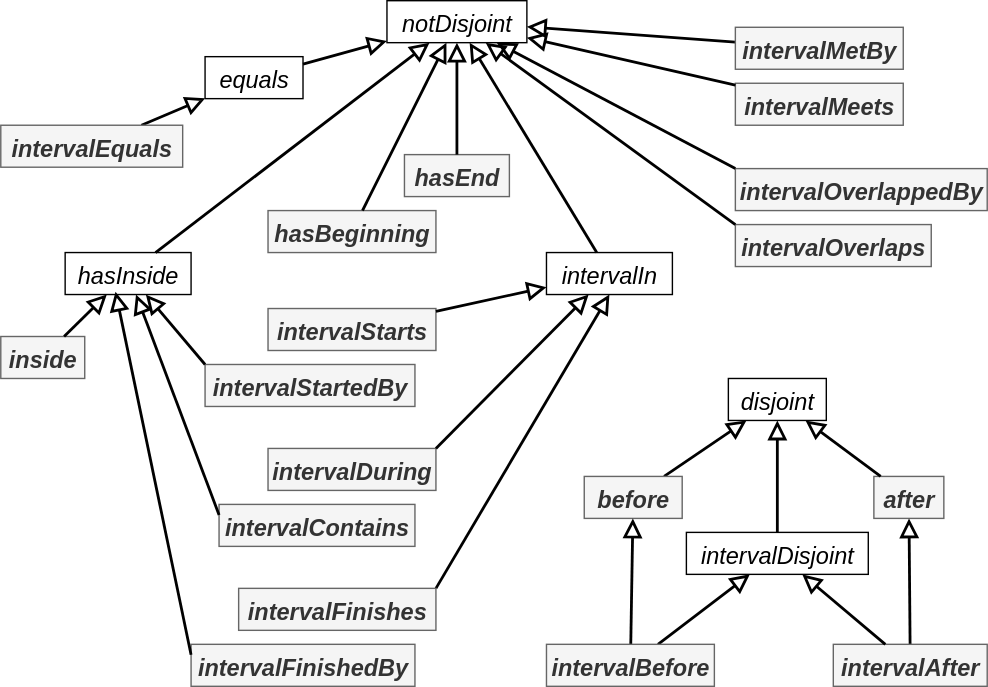
This is images/topology-properties.svg from w3c/sdw-time, a draw.io export, as it was before one commit. Source tidied: cells renumbered, new cells last; positions are measured from the earlier drawing's top-left corner, leaving out a move shared by most shapes.
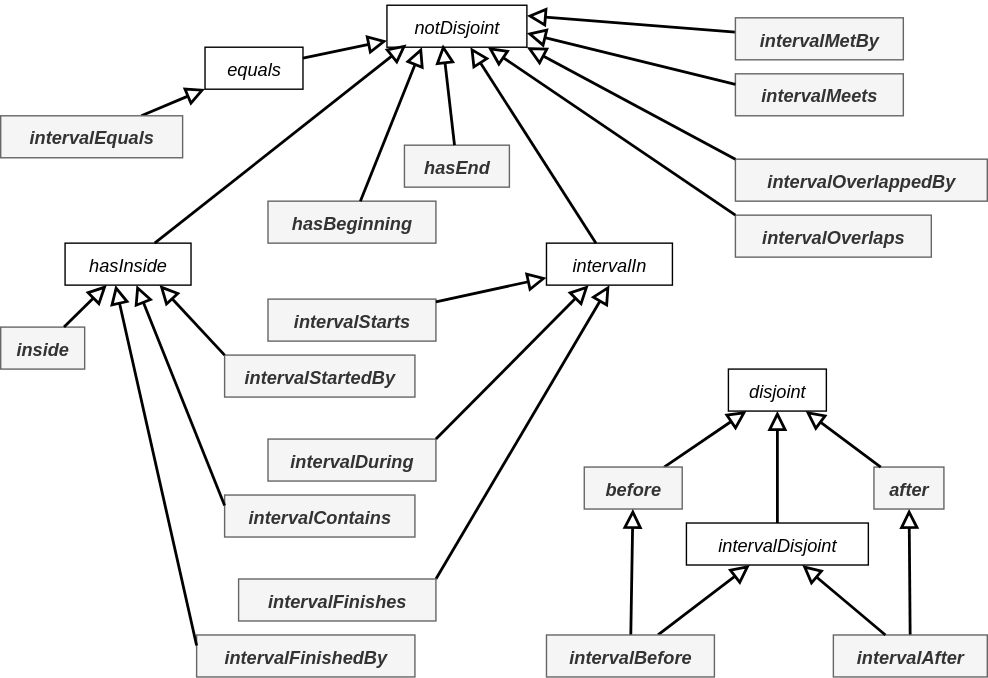
Later version of the same file.

Diff of the diagram source:
```diff
@@ -4,6 +4,6 @@
     <mxCell id="1" parent="0" />
-    <mxCell id="2" value="notDisjoint" style="html=1;overflow=block;blockSpacing=1;whiteSpace=wrap;fontSize=16.8;fontColor=default;align=center;spacing=0;strokeOpacity=100;fillColor=none;strokeWidth=1;strokeColor=default;convertToSvg=1;fontStyle=2;" parent="1" vertex="1">
-      <mxGeometry x="276" width="100" height="30" as="geometry" />
+    <mxCell id="2" value="notDisjoint" style="html=1;overflow=block;blockSpacing=1;whiteSpace=wrap;fontSize=13;fontColor=default;align=center;spacing=0;strokeOpacity=100;fillColor=none;strokeWidth=1;strokeColor=default;convertToSvg=1;fontStyle=2;" parent="1" vertex="1">
+      <mxGeometry x="276" y="10" width="100" height="30" as="geometry" />
     </mxCell>
-    <mxCell id="3" value="disjoint" style="html=1;overflow=block;blockSpacing=1;whiteSpace=wrap;fontSize=16.8;fontColor=default;align=center;spacing=0;strokeOpacity=100;fillColor=none;strokeWidth=1;strokeColor=default;convertToSvg=1;fontStyle=2;" parent="1" vertex="1">
+    <mxCell id="3" value="disjoint" style="html=1;overflow=block;blockSpacing=1;whiteSpace=wrap;fontSize=13;fontColor=default;align=center;spacing=0;strokeOpacity=100;fillColor=none;strokeWidth=1;strokeColor=default;convertToSvg=1;fontStyle=2;" parent="1" vertex="1">
       <mxGeometry x="520" y="270" width="70" height="30" as="geometry" />
@@ -13,3 +13,3 @@
     </mxCell>
-    <mxCell id="5" value="before" style="html=1;overflow=block;blockSpacing=1;whiteSpace=wrap;fontSize=16.8;fontColor=#333333;align=center;spacing=0;strokeOpacity=100;fillColor=#f5f5f5;strokeWidth=1;strokeColor=#666666;convertToSvg=1;fontStyle=3;" parent="1" vertex="1">
+    <mxCell id="5" value="before" style="html=1;overflow=block;blockSpacing=1;whiteSpace=wrap;fontSize=13;fontColor=#333333;align=center;spacing=0;strokeOpacity=100;fillColor=#f5f5f5;strokeWidth=1;strokeColor=#666666;convertToSvg=1;fontStyle=3;" parent="1" vertex="1">
       <mxGeometry x="417" y="340" width="70" height="30" as="geometry" />
@@ -19,3 +19,3 @@
     </mxCell>
-    <mxCell id="7" value="after" style="html=1;overflow=block;blockSpacing=1;whiteSpace=wrap;fontSize=16.8;fontColor=#333333;align=center;spacing=0;strokeOpacity=100;fillColor=#f5f5f5;strokeWidth=1;strokeColor=#666666;convertToSvg=1;fontStyle=3;" parent="1" vertex="1">
+    <mxCell id="7" value="after" style="html=1;overflow=block;blockSpacing=1;whiteSpace=wrap;fontSize=13;fontColor=#333333;align=center;spacing=0;strokeOpacity=100;fillColor=#f5f5f5;strokeWidth=1;strokeColor=#666666;convertToSvg=1;fontStyle=3;" parent="1" vertex="1">
       <mxGeometry x="624" y="340" width="50" height="30" as="geometry" />
@@ -25,3 +25,3 @@
     </mxCell>
-    <mxCell id="9" value="intervalDisjoint" style="html=1;overflow=block;blockSpacing=1;whiteSpace=wrap;fontSize=16.8;fontColor=default;align=center;spacing=0;strokeOpacity=100;fillColor=none;strokeWidth=1;strokeColor=default;convertToSvg=1;fontStyle=2;" parent="1" vertex="1">
+    <mxCell id="9" value="intervalDisjoint" style="html=1;overflow=block;blockSpacing=1;whiteSpace=wrap;fontSize=13;fontColor=default;align=center;spacing=0;strokeOpacity=100;fillColor=none;strokeWidth=1;strokeColor=default;convertToSvg=1;fontStyle=2;" parent="1" vertex="1">
       <mxGeometry x="490" y="380" width="130" height="30" as="geometry" />
@@ -37,6 +37,6 @@
     </mxCell>
-    <mxCell id="13" value="intervalBefore" style="html=1;overflow=block;blockSpacing=1;whiteSpace=wrap;fontSize=16.8;fontColor=#333333;align=center;spacing=0;strokeOpacity=100;fillColor=#f5f5f5;strokeWidth=1;strokeColor=#666666;convertToSvg=1;fontStyle=3;" parent="1" vertex="1">
+    <mxCell id="13" value="intervalBefore" style="html=1;overflow=block;blockSpacing=1;whiteSpace=wrap;fontSize=13;fontColor=#333333;align=center;spacing=0;strokeOpacity=100;fillColor=#f5f5f5;strokeWidth=1;strokeColor=#666666;convertToSvg=1;fontStyle=3;" parent="1" vertex="1">
       <mxGeometry x="390" y="460" width="120" height="30" as="geometry" />
     </mxCell>
-    <mxCell id="14" value="intervalAfter" style="html=1;overflow=block;blockSpacing=1;whiteSpace=wrap;fontSize=16.8;fontColor=#333333;align=center;spacing=0;strokeOpacity=100;fillColor=#f5f5f5;strokeWidth=1;strokeColor=#666666;convertToSvg=1;fontStyle=3;" parent="1" vertex="1">
+    <mxCell id="14" value="intervalAfter" style="html=1;overflow=block;blockSpacing=1;whiteSpace=wrap;fontSize=13;fontColor=#333333;align=center;spacing=0;strokeOpacity=100;fillColor=#f5f5f5;strokeWidth=1;strokeColor=#666666;convertToSvg=1;fontStyle=3;" parent="1" vertex="1">
       <mxGeometry x="595" y="460" width="110" height="30" as="geometry" />
@@ -49,3 +49,3 @@
     </mxCell>
-    <mxCell id="17" value="equals" style="html=1;overflow=block;blockSpacing=1;whiteSpace=wrap;fontSize=16.8;fontColor=default;align=center;spacing=0;strokeOpacity=100;fillColor=none;strokeWidth=1;strokeColor=default;convertToSvg=1;fontStyle=2;" parent="1" vertex="1">
+    <mxCell id="17" value="equals" style="html=1;overflow=block;blockSpacing=1;whiteSpace=wrap;fontSize=13;fontColor=default;align=center;spacing=0;strokeOpacity=100;fillColor=none;strokeWidth=1;strokeColor=default;convertToSvg=1;fontStyle=2;" parent="1" vertex="1">
       <mxGeometry x="146" y="40" width="70" height="30" as="geometry" />
@@ -55,9 +55,9 @@
     </mxCell>
-    <mxCell id="19" value="hasInside" style="html=1;overflow=block;blockSpacing=1;whiteSpace=wrap;fontSize=16.8;fontColor=default;align=center;spacing=0;strokeOpacity=100;fillColor=none;strokeWidth=1;strokeColor=default;convertToSvg=1;fontStyle=2;" parent="1" vertex="1">
+    <mxCell id="19" value="hasInside" style="html=1;overflow=block;blockSpacing=1;whiteSpace=wrap;fontSize=13;fontColor=default;align=center;spacing=0;strokeOpacity=100;fillColor=none;strokeWidth=1;strokeColor=default;convertToSvg=1;fontStyle=2;" parent="1" vertex="1">
       <mxGeometry x="46" y="180" width="90" height="30" as="geometry" />
     </mxCell>
-    <mxCell id="20" style="html=1;jettySize=18;whiteSpace=wrap;fontSize=13;strokeColor=default;strokeOpacity=100;fixDash=1;strokeWidth=2;rounded=0;startArrow=none;endArrow=block;lucidId=XvNQ3zJcAKRb;endFill=0;endSize=9;fontColor=default;convertToSvg=1;fontStyle=2;" parent="1" edge="1" source="28" target="2">
+    <mxCell id="20" style="html=1;jettySize=18;whiteSpace=wrap;fontSize=13;strokeColor=default;strokeOpacity=100;fixDash=1;strokeWidth=2;rounded=0;startArrow=none;endArrow=block;lucidId=XvNQ3zJcAKRb;endFill=0;endSize=9;fontColor=default;convertToSvg=1;fontStyle=2;entryX=1;entryY=0.25;entryDx=0;entryDy=0;" parent="1" edge="1" source="28" target="2">
       <mxGeometry relative="1" as="geometry" />
     </mxCell>
-    <mxCell id="21" value="intervalIn" style="html=1;overflow=block;blockSpacing=1;whiteSpace=wrap;fontSize=16.8;fontColor=default;align=center;spacing=0;strokeOpacity=100;fillColor=none;strokeWidth=1;strokeColor=default;convertToSvg=1;fontStyle=2;" parent="1" vertex="1">
+    <mxCell id="21" value="intervalIn" style="html=1;overflow=block;blockSpacing=1;whiteSpace=wrap;fontSize=13;fontColor=default;align=center;spacing=0;strokeOpacity=100;fillColor=none;strokeWidth=1;strokeColor=default;convertToSvg=1;fontStyle=2;" parent="1" vertex="1">
       <mxGeometry x="390" y="180" width="90" height="30" as="geometry" />
@@ -67,3 +67,3 @@
     </mxCell>
-    <mxCell id="23" style="html=1;jettySize=18;whiteSpace=wrap;fontSize=13;strokeColor=default;strokeOpacity=100;fixDash=1;strokeWidth=2;rounded=0;startArrow=none;endArrow=block;lucidId=XvNQ3zJcAKRb;endFill=0;endSize=9;fontColor=default;convertToSvg=1;fontStyle=2;" parent="1" edge="1" source="19" target="2">
+    <mxCell id="23" style="html=1;jettySize=18;whiteSpace=wrap;fontSize=13;strokeColor=default;strokeOpacity=100;fixDash=1;strokeWidth=2;rounded=0;startArrow=none;endArrow=block;lucidId=XvNQ3zJcAKRb;endFill=0;endSize=9;fontColor=default;convertToSvg=1;fontStyle=2;entryX=0.14;entryY=0.933;entryDx=0;entryDy=0;entryPerimeter=0;" parent="1" edge="1" source="19" target="2">
       <mxGeometry relative="1" as="geometry" />
@@ -73,3 +73,3 @@
     </mxCell>
-    <mxCell id="25" value="intervalStarts" style="html=1;overflow=block;blockSpacing=1;whiteSpace=wrap;fontSize=16.8;fontColor=#333333;align=center;spacing=0;strokeOpacity=100;fillColor=#f5f5f5;strokeWidth=1;strokeColor=#666666;convertToSvg=1;fontStyle=3;" parent="1" vertex="1">
+    <mxCell id="25" value="intervalStarts" style="html=1;overflow=block;blockSpacing=1;whiteSpace=wrap;fontSize=13;fontColor=#333333;align=center;spacing=0;strokeOpacity=100;fillColor=#f5f5f5;strokeWidth=1;strokeColor=#666666;convertToSvg=1;fontStyle=3;" parent="1" vertex="1">
       <mxGeometry x="191" y="220" width="120" height="30" as="geometry" />
@@ -79,15 +79,15 @@
     </mxCell>
-    <mxCell id="27" value="intervalMeets" style="html=1;overflow=block;blockSpacing=1;whiteSpace=wrap;fontSize=16.8;fontColor=#333333;align=center;spacing=0;strokeOpacity=100;fillColor=#f5f5f5;strokeWidth=1;strokeColor=#666666;convertToSvg=1;fontStyle=3;" parent="1" vertex="1">
+    <mxCell id="27" value="intervalMeets" style="html=1;overflow=block;blockSpacing=1;whiteSpace=wrap;fontSize=13;fontColor=#333333;align=center;spacing=0;strokeOpacity=100;fillColor=#f5f5f5;strokeWidth=1;strokeColor=#666666;convertToSvg=1;fontStyle=3;" parent="1" vertex="1">
       <mxGeometry x="525" y="59" width="120" height="30" as="geometry" />
     </mxCell>
-    <mxCell id="28" value="intervalMetBy" style="html=1;overflow=block;blockSpacing=1;whiteSpace=wrap;fontSize=16.8;fontColor=#333333;align=center;spacing=0;strokeOpacity=100;fillColor=#f5f5f5;strokeWidth=1;strokeColor=#666666;convertToSvg=1;fontStyle=3;" parent="1" vertex="1">
+    <mxCell id="28" value="intervalMetBy" style="html=1;overflow=block;blockSpacing=1;whiteSpace=wrap;fontSize=13;fontColor=#333333;align=center;spacing=0;strokeOpacity=100;fillColor=#f5f5f5;strokeWidth=1;strokeColor=#666666;convertToSvg=1;fontStyle=3;" parent="1" vertex="1">
       <mxGeometry x="525" y="19" width="120" height="30" as="geometry" />
     </mxCell>
-    <mxCell id="29" value="intervalOverlaps" style="html=1;overflow=block;blockSpacing=1;whiteSpace=wrap;fontSize=16.8;fontColor=#333333;align=center;spacing=0;strokeOpacity=100;fillColor=#f5f5f5;strokeWidth=1;strokeColor=#666666;convertToSvg=1;fontStyle=3;" parent="1" vertex="1">
+    <mxCell id="29" value="intervalOverlaps" style="html=1;overflow=block;blockSpacing=1;whiteSpace=wrap;fontSize=13;fontColor=#333333;align=center;spacing=0;strokeOpacity=100;fillColor=#f5f5f5;strokeWidth=1;strokeColor=#666666;convertToSvg=1;fontStyle=3;" parent="1" vertex="1">
       <mxGeometry x="525" y="160" width="140" height="30" as="geometry" />
     </mxCell>
-    <mxCell id="30" value="intervalOverlappedBy" style="html=1;overflow=block;blockSpacing=1;whiteSpace=wrap;fontSize=16.8;fontColor=#333333;align=center;spacing=0;strokeOpacity=100;fillColor=#f5f5f5;strokeWidth=1;strokeColor=#666666;convertToSvg=1;fontStyle=3;" parent="1" vertex="1">
+    <mxCell id="30" value="intervalOverlappedBy" style="html=1;overflow=block;blockSpacing=1;whiteSpace=wrap;fontSize=13;fontColor=#333333;align=center;spacing=0;strokeOpacity=100;fillColor=#f5f5f5;strokeWidth=1;strokeColor=#666666;convertToSvg=1;fontStyle=3;" parent="1" vertex="1">
       <mxGeometry x="525" y="120" width="180" height="30" as="geometry" />
     </mxCell>
-    <mxCell id="31" value="intervalDuring" style="html=1;overflow=block;blockSpacing=1;whiteSpace=wrap;fontSize=16.8;fontColor=#333333;align=center;spacing=0;strokeOpacity=100;fillColor=#f5f5f5;strokeWidth=1;strokeColor=#666666;convertToSvg=1;fontStyle=3;" parent="1" vertex="1">
+    <mxCell id="31" value="intervalDuring" style="html=1;overflow=block;blockSpacing=1;whiteSpace=wrap;fontSize=13;fontColor=#333333;align=center;spacing=0;strokeOpacity=100;fillColor=#f5f5f5;strokeWidth=1;strokeColor=#666666;convertToSvg=1;fontStyle=3;" parent="1" vertex="1">
       <mxGeometry x="191" y="320" width="120" height="30" as="geometry" />
@@ -97,6 +97,8 @@
     </mxCell>
-    <mxCell id="33" style="html=1;jettySize=18;whiteSpace=wrap;fontSize=13;strokeColor=default;strokeOpacity=100;fixDash=1;strokeWidth=2;rounded=0;startArrow=none;endArrow=block;lucidId=XvNQ3zJcAKRb;endFill=0;endSize=9;fontColor=default;convertToSvg=1;fontStyle=2;" parent="1" edge="1" source="27" target="2">
-      <mxGeometry relative="1" as="geometry" />
+    <mxCell id="33" style="html=1;jettySize=18;whiteSpace=wrap;fontSize=13;strokeColor=default;strokeOpacity=100;fixDash=1;strokeWidth=2;rounded=0;startArrow=none;endArrow=block;lucidId=XvNQ3zJcAKRb;endFill=0;endSize=9;fontColor=default;convertToSvg=1;fontStyle=2;exitX=0;exitY=0.25;exitDx=0;exitDy=0;" parent="1" edge="1" source="27">
+      <mxGeometry relative="1" as="geometry">
+        <mxPoint x="376" y="30" as="targetPoint" />
+      </mxGeometry>
     </mxCell>
-    <mxCell id="34" style="html=1;jettySize=18;whiteSpace=wrap;fontSize=13;strokeColor=default;strokeOpacity=100;fixDash=1;strokeWidth=2;rounded=0;startArrow=none;endArrow=block;lucidId=XvNQ3zJcAKRb;endFill=0;endSize=9;fontColor=default;convertToSvg=1;exitX=0;exitY=0;exitDx=0;exitDy=0;fontStyle=2;" parent="1" edge="1" source="30" target="2">
+    <mxCell id="34" style="html=1;jettySize=18;whiteSpace=wrap;fontSize=13;strokeColor=default;strokeOpacity=100;fixDash=1;strokeWidth=2;rounded=0;startArrow=none;endArrow=block;lucidId=XvNQ3zJcAKRb;endFill=0;endSize=9;fontColor=default;convertToSvg=1;exitX=0;exitY=0;exitDx=0;exitDy=0;fontStyle=2;entryX=1;entryY=1;entryDx=0;entryDy=0;" parent="1" edge="1" source="30" target="2">
       <mxGeometry relative="1" as="geometry" />
@@ -106,18 +108,18 @@
     </mxCell>
-    <mxCell id="36" value="intervalEquals" style="html=1;overflow=block;blockSpacing=1;whiteSpace=wrap;fontSize=16.8;fontColor=#333333;align=center;spacing=0;strokeOpacity=100;fillColor=#f5f5f5;strokeWidth=1;strokeColor=#666666;convertToSvg=1;fontStyle=3;" parent="1" vertex="1">
+    <mxCell id="36" value="intervalEquals" style="html=1;overflow=block;blockSpacing=1;whiteSpace=wrap;fontSize=13;fontColor=#333333;align=center;spacing=0;strokeOpacity=100;fillColor=#f5f5f5;strokeWidth=1;strokeColor=#666666;convertToSvg=1;fontStyle=3;" parent="1" vertex="1">
       <mxGeometry y="89" width="130" height="30" as="geometry" />
     </mxCell>
-    <mxCell id="37" value="intervalFinishedBy" style="html=1;overflow=block;blockSpacing=1;whiteSpace=wrap;fontSize=16.8;fontColor=#333333;align=center;spacing=0;strokeOpacity=100;fillColor=#f5f5f5;strokeWidth=1;strokeColor=#666666;convertToSvg=1;fontStyle=3;" parent="1" vertex="1">
-      <mxGeometry x="136" y="460" width="160" height="30" as="geometry" />
+    <mxCell id="37" value="intervalFinishedBy" style="html=1;overflow=block;blockSpacing=1;whiteSpace=wrap;fontSize=13;fontColor=#333333;align=center;spacing=0;strokeOpacity=100;fillColor=#f5f5f5;strokeWidth=1;strokeColor=#666666;convertToSvg=1;fontStyle=3;" parent="1" vertex="1">
+      <mxGeometry x="140" y="460" width="156" height="30" as="geometry" />
     </mxCell>
-    <mxCell id="38" value="intervalStartedBy" style="html=1;overflow=block;blockSpacing=1;whiteSpace=wrap;fontSize=16.8;fontColor=#333333;align=center;spacing=0;strokeOpacity=100;fillColor=#f5f5f5;strokeWidth=1;strokeColor=#666666;convertToSvg=1;fontStyle=3;" parent="1" vertex="1">
-      <mxGeometry x="146" y="260" width="150" height="30" as="geometry" />
+    <mxCell id="38" value="intervalStartedBy" style="html=1;overflow=block;blockSpacing=1;whiteSpace=wrap;fontSize=13;fontColor=#333333;align=center;spacing=0;strokeOpacity=100;fillColor=#f5f5f5;strokeWidth=1;strokeColor=#666666;convertToSvg=1;fontStyle=3;" parent="1" vertex="1">
+      <mxGeometry x="160" y="260" width="136" height="30" as="geometry" />
     </mxCell>
-    <mxCell id="39" value="intervalContains" style="html=1;overflow=block;blockSpacing=1;whiteSpace=wrap;fontSize=16.8;fontColor=#333333;align=center;spacing=0;strokeOpacity=100;fillColor=#f5f5f5;strokeWidth=1;strokeColor=#666666;convertToSvg=1;fontStyle=3;" parent="1" vertex="1">
-      <mxGeometry x="156" y="360" width="140" height="30" as="geometry" />
+    <mxCell id="39" value="intervalContains" style="html=1;overflow=block;blockSpacing=1;whiteSpace=wrap;fontSize=13;fontColor=#333333;align=center;spacing=0;strokeOpacity=100;fillColor=#f5f5f5;strokeWidth=1;strokeColor=#666666;convertToSvg=1;fontStyle=3;" parent="1" vertex="1">
+      <mxGeometry x="160" y="360" width="136" height="30" as="geometry" />
     </mxCell>
-    <mxCell id="40" value="inside" style="html=1;overflow=block;blockSpacing=1;whiteSpace=wrap;fontSize=16.8;fontColor=#333333;align=center;spacing=0;strokeOpacity=100;fillColor=#f5f5f5;strokeWidth=1;strokeColor=#666666;convertToSvg=1;fontStyle=3;" parent="1" vertex="1">
+    <mxCell id="40" value="inside" style="html=1;overflow=block;blockSpacing=1;whiteSpace=wrap;fontSize=13;fontColor=#333333;align=center;spacing=0;strokeOpacity=100;fillColor=#f5f5f5;strokeWidth=1;strokeColor=#666666;convertToSvg=1;fontStyle=3;" parent="1" vertex="1">
       <mxGeometry y="240" width="60" height="30" as="geometry" />
     </mxCell>
-    <mxCell id="41" style="html=1;jettySize=18;whiteSpace=wrap;fontSize=13;strokeColor=default;strokeOpacity=100;fixDash=1;strokeWidth=2;rounded=0;startArrow=none;endArrow=block;lucidId=XvNQ3zJcAKRb;endFill=0;endSize=9;fontColor=default;convertToSvg=1;exitX=0;exitY=0;exitDx=0;exitDy=0;fontStyle=2;" parent="1" edge="1" source="38" target="19">
+    <mxCell id="41" style="html=1;jettySize=18;whiteSpace=wrap;fontSize=13;strokeColor=default;strokeOpacity=100;fixDash=1;strokeWidth=2;rounded=0;startArrow=none;endArrow=block;lucidId=XvNQ3zJcAKRb;endFill=0;endSize=9;fontColor=default;convertToSvg=1;exitX=0;exitY=0;exitDx=0;exitDy=0;fontStyle=2;entryX=0.75;entryY=1;entryDx=0;entryDy=0;" parent="1" edge="1" source="38" target="19">
       <mxGeometry relative="1" as="geometry" />
@@ -127,4 +129,6 @@
     </mxCell>
-    <mxCell id="43" style="html=1;jettySize=18;whiteSpace=wrap;fontSize=13;strokeColor=default;strokeOpacity=100;fixDash=1;strokeWidth=2;rounded=0;startArrow=none;endArrow=block;lucidId=XvNQ3zJcAKRb;endFill=0;endSize=9;fontColor=default;convertToSvg=1;exitX=0;exitY=0.25;exitDx=0;exitDy=0;fontStyle=2;entryX=0.4;entryY=0.933;entryDx=0;entryDy=0;entryPerimeter=0;" parent="1" edge="1" source="37" target="19">
-      <mxGeometry relative="1" as="geometry" />
+    <mxCell id="43" style="html=1;jettySize=18;whiteSpace=wrap;fontSize=13;strokeColor=default;strokeOpacity=100;fixDash=1;strokeWidth=2;rounded=0;startArrow=none;endArrow=block;lucidId=XvNQ3zJcAKRb;endFill=0;endSize=9;fontColor=default;convertToSvg=1;exitX=0;exitY=0.25;exitDx=0;exitDy=0;fontStyle=2;" parent="1" edge="1" source="37">
+      <mxGeometry relative="1" as="geometry">
+        <mxPoint x="82" y="210" as="targetPoint" />
+      </mxGeometry>
     </mxCell>
@@ -133,15 +137,15 @@
     </mxCell>
-    <mxCell id="45" value="hasEnd" style="html=1;overflow=block;blockSpacing=1;whiteSpace=wrap;fontSize=16.8;fontColor=#333333;align=center;spacing=0;strokeOpacity=100;fillColor=#f5f5f5;strokeWidth=1;strokeColor=#666666;convertToSvg=1;fontStyle=3;" parent="1" vertex="1">
+    <mxCell id="45" value="hasEnd" style="html=1;overflow=block;blockSpacing=1;whiteSpace=wrap;fontSize=13;fontColor=#333333;align=center;spacing=0;strokeOpacity=100;fillColor=#f5f5f5;strokeWidth=1;strokeColor=#666666;convertToSvg=1;fontStyle=3;" parent="1" vertex="1">
       <mxGeometry x="288.5" y="110" width="75" height="30" as="geometry" />
     </mxCell>
-    <mxCell id="46" value="hasBeginning" style="html=1;overflow=block;blockSpacing=1;whiteSpace=wrap;fontSize=16.8;fontColor=#333333;align=center;spacing=0;strokeOpacity=100;fillColor=#f5f5f5;strokeWidth=1;strokeColor=#666666;convertToSvg=1;fontStyle=3;" parent="1" vertex="1">
+    <mxCell id="46" value="hasBeginning" style="html=1;overflow=block;blockSpacing=1;whiteSpace=wrap;fontSize=13;fontColor=#333333;align=center;spacing=0;strokeOpacity=100;fillColor=#f5f5f5;strokeWidth=1;strokeColor=#666666;convertToSvg=1;fontStyle=3;" parent="1" vertex="1">
       <mxGeometry x="191" y="150" width="120" height="30" as="geometry" />
     </mxCell>
-    <mxCell id="47" style="html=1;jettySize=18;whiteSpace=wrap;fontSize=13;strokeColor=default;strokeOpacity=100;fixDash=1;strokeWidth=2;rounded=0;startArrow=none;endArrow=block;lucidId=XvNQ3zJcAKRb;endFill=0;endSize=9;fontColor=default;convertToSvg=1;fontStyle=2;" parent="1" edge="1" source="46" target="2">
+    <mxCell id="47" style="html=1;jettySize=18;whiteSpace=wrap;fontSize=13;strokeColor=default;strokeOpacity=100;fixDash=1;strokeWidth=2;rounded=0;startArrow=none;endArrow=block;lucidId=XvNQ3zJcAKRb;endFill=0;endSize=9;fontColor=default;convertToSvg=1;fontStyle=2;entryX=0.25;entryY=1;entryDx=0;entryDy=0;" parent="1" edge="1" source="46" target="2">
       <mxGeometry relative="1" as="geometry" />
     </mxCell>
-    <mxCell id="48" style="html=1;jettySize=18;whiteSpace=wrap;fontSize=13;strokeColor=default;strokeOpacity=100;fixDash=1;strokeWidth=2;rounded=0;startArrow=none;endArrow=block;lucidId=XvNQ3zJcAKRb;endFill=0;endSize=9;fontColor=default;convertToSvg=1;fontStyle=2;" parent="1" edge="1" source="45" target="2">
+    <mxCell id="48" style="html=1;jettySize=18;whiteSpace=wrap;fontSize=13;strokeColor=default;strokeOpacity=100;fixDash=1;strokeWidth=2;rounded=0;startArrow=none;endArrow=block;lucidId=XvNQ3zJcAKRb;endFill=0;endSize=9;fontColor=default;convertToSvg=1;fontStyle=2;entryX=0.4;entryY=0.933;entryDx=0;entryDy=0;entryPerimeter=0;" parent="1" edge="1" source="45" target="2">
       <mxGeometry relative="1" as="geometry" />
     </mxCell>
-    <mxCell id="49" value="intervalFinishes" style="html=1;overflow=block;blockSpacing=1;whiteSpace=wrap;fontSize=16.8;fontColor=#333333;align=center;spacing=0;strokeOpacity=100;fillColor=#f5f5f5;strokeWidth=1;strokeColor=#666666;convertToSvg=1;fontStyle=3;" parent="1" vertex="1">
+    <mxCell id="49" value="intervalFinishes" style="html=1;overflow=block;blockSpacing=1;whiteSpace=wrap;fontSize=13;fontColor=#333333;align=center;spacing=0;strokeOpacity=100;fillColor=#f5f5f5;strokeWidth=1;strokeColor=#666666;convertToSvg=1;fontStyle=3;" parent="1" vertex="1">
       <mxGeometry x="170" y="420" width="141" height="30" as="geometry" />
```
